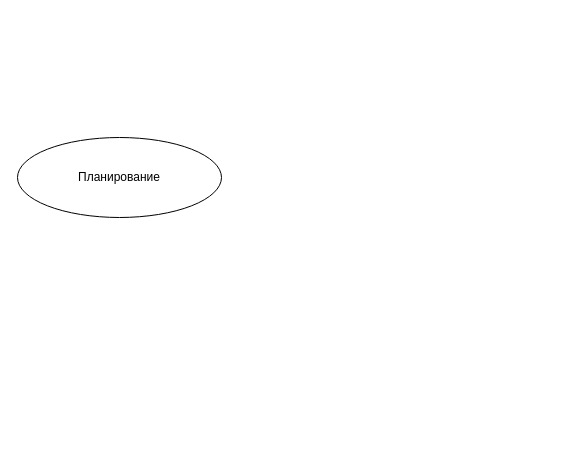
Earlier version of the draw.io diagram Диаграмма без названия.drawio (evetyv/DataBases). Source tidied: cells renumbered, new cells numbered last; positions are measured from the earlier drawing's top-left corner, leaving out a move shared by most shapes. Both pictures are drawn from the tidied source at 100%, with x=0, y=0 at pixel (17, 137).
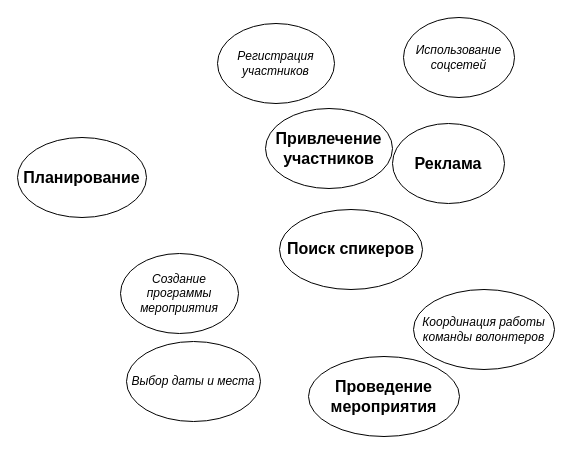
The same page after the edit.

Diff of the diagram source:
```diff
@@
 <mxGraphModel>
   <root>
     <mxCell id="0" />
     <mxCell id="1" parent="0" />
-    <mxCell id="2" value="Планирование" style="ellipse;whiteSpace=wrap;html=1;" parent="1" vertex="1">
-      <mxGeometry width="204" height="80" as="geometry" />
+    <mxCell id="2" value="&lt;b&gt;&lt;font style=&quot;font-size: 16px;&quot;&gt;Планирование&lt;/font&gt;&lt;/b&gt;" style="ellipse;whiteSpace=wrap;html=1;" parent="1" vertex="1">
+      <mxGeometry width="129" height="80" as="geometry" />
     </mxCell>
+    <mxCell id="3" value="&lt;b&gt;&lt;span style=&quot;font-size: 12pt; line-height: 115%;&quot;&gt;&lt;font face=&quot;Helvetica&quot;&gt;Поиск спикеров&lt;/font&gt;&lt;/span&gt;&lt;/b&gt;" style="ellipse;whiteSpace=wrap;html=1;" parent="1" vertex="1">
+      <mxGeometry x="262" y="72" width="143" height="80" as="geometry" />
+    </mxCell>
+    <mxCell id="4" value="&lt;font style=&quot;font-size: 16px;&quot;&gt;&lt;b&gt;Привлечение участников&lt;/b&gt;&lt;/font&gt;" style="ellipse;whiteSpace=wrap;html=1;" parent="1" vertex="1">
+      <mxGeometry x="248" y="-29" width="127" height="80" as="geometry" />
+    </mxCell>
+    <mxCell id="5" value="&lt;font style=&quot;font-size: 16px;&quot;&gt;&lt;b&gt;Реклама&lt;/b&gt;&lt;/font&gt;" style="ellipse;whiteSpace=wrap;html=1;" parent="1" vertex="1">
+      <mxGeometry x="375" y="-14" width="112" height="80" as="geometry" />
+    </mxCell>
+    <mxCell id="6" value="&lt;font style=&quot;font-size: 16px;&quot;&gt;&lt;b&gt;Проведение мероприятия&lt;/b&gt;&lt;/font&gt;" style="ellipse;whiteSpace=wrap;html=1;" parent="1" vertex="1">
+      <mxGeometry x="291" y="219" width="151" height="80" as="geometry" />
+    </mxCell>
+    <mxCell id="7" value="&lt;i&gt;Создание программы мероприятия&lt;/i&gt;" style="ellipse;whiteSpace=wrap;html=1;" parent="1" vertex="1">
+      <mxGeometry x="103" y="116" width="118" height="80" as="geometry" />
+    </mxCell>
+    <mxCell id="8" value="&lt;i&gt;Выбор даты и места&lt;/i&gt;" style="ellipse;whiteSpace=wrap;html=1;" parent="1" vertex="1">
+      <mxGeometry x="109" y="204" width="134" height="80" as="geometry" />
+    </mxCell>
+    <mxCell id="9" value="&lt;i&gt;Регистрация участников&lt;/i&gt;" style="ellipse;whiteSpace=wrap;html=1;" parent="1" vertex="1">
+      <mxGeometry x="200" y="-114" width="117" height="80" as="geometry" />
+    </mxCell>
+    <mxCell id="10" value="&lt;i&gt;Использование соцсетей&lt;/i&gt;" style="ellipse;whiteSpace=wrap;html=1;" parent="1" vertex="1">
+      <mxGeometry x="386" y="-120" width="111" height="80" as="geometry" />
+    </mxCell>
+    <mxCell id="11" value="&lt;i&gt;Координация работы команды волонтеров&lt;/i&gt;" style="ellipse;whiteSpace=wrap;html=1;" parent="1" vertex="1">
+      <mxGeometry x="396" y="152" width="141" height="80" as="geometry" />
+    </mxCell>
   </root>
 </mxGraphModel>
```
